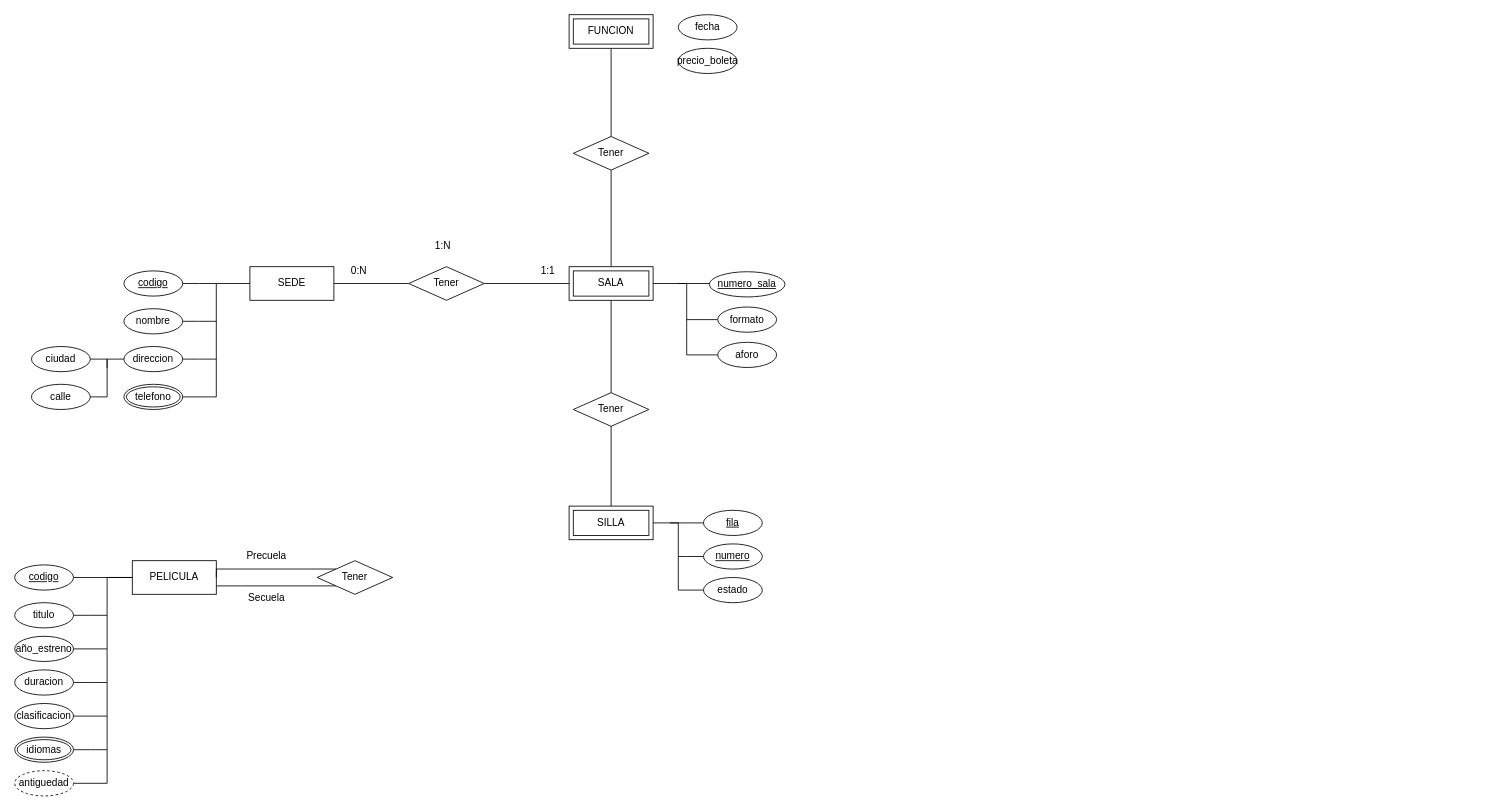
Earlier version of the draw.io diagram Modelado/Parcial_Nocturna_DB1.drawio (jcabarcasr/Investigaciones-DB1-DB2). Source tidied: cells renumbered, new cells numbered last; positions are measured from the earlier drawing's top-left corner, leaving out a move shared by most shapes. Both pictures are drawn from the tidied source at 84%, with x=0, y=0 at pixel (14, 14).
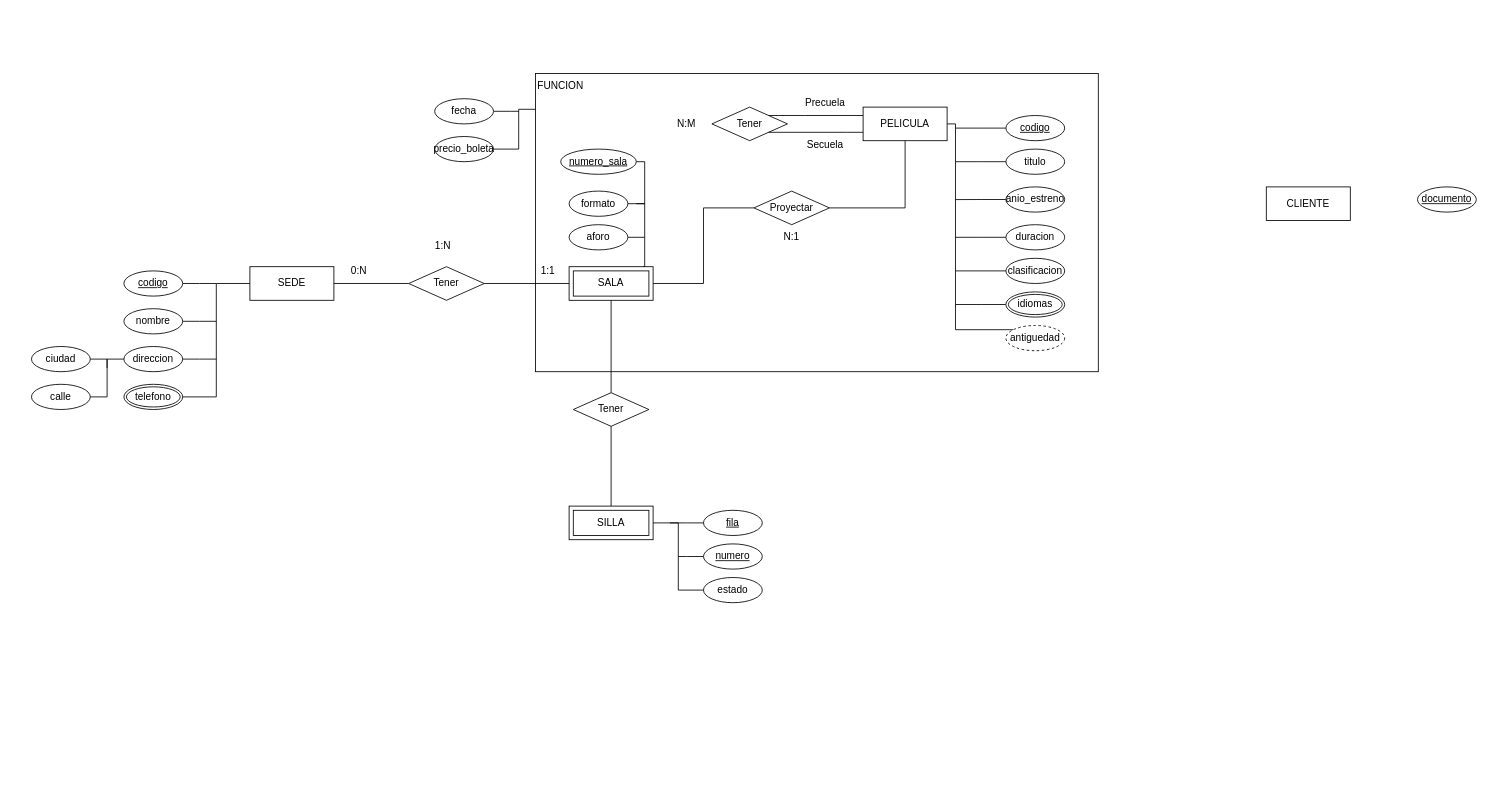
The same page after the edit.

The change refers to these unchanged cells:
```xml
<mxCell id="17" value="SALA" style="shape=ext;margin=3;double=1;whiteSpace=wrap;html=1;align=center;" parent="1" vertex="1">
  <mxGeometry x="660" y="300" width="100" height="40" as="geometry" />
</mxCell>
```

The edit, as a diff of the source:
```diff
@@
+    <mxCell id="64" style="whiteSpace=wrap;html=1;align=center;" parent="1" vertex="1">
+      <mxGeometry x="620" y="70" width="670" height="355" as="geometry" />
+    </mxCell>
@@
-    <mxCell id="16" style="edgeStyle=orthogonalEdgeStyle;rounded=0;jettySize=auto;html=1;entryX=0.5;entryY=1;entryDx=0;entryDy=0;endArrow=none;endFill=0;" parent="1" edge="1" source="17" target="55">
-      <mxGeometry relative="1" as="geometry" />
-    </mxCell>
+    <mxCell id="65" style="edgeStyle=orthogonalEdgeStyle;rounded=0;jettySize=auto;html=1;entryX=0;entryY=0.5;entryDx=0;entryDy=0;fontFamily=Helvetica;fontSize=12;fontColor=default;endArrow=none;endFill=0;" parent="1" edge="1" source="17" target="74">
+      <mxGeometry relative="1" as="geometry" />
+    </mxCell>
@@
-    <mxCell id="18" style="edgeStyle=orthogonalEdgeStyle;rounded=0;orthogonalLoop=1;jettySize=auto;html=1;endArrow=none;endFill=0;" parent="1" edge="1">
-      <mxGeometry relative="1" as="geometry">
-        <mxPoint x="827" y="320" as="sourcePoint" />
-        <mxPoint x="790" y="320" as="targetPoint" />
-      </mxGeometry>
-    </mxCell>
-    <mxCell id="19" style="edgeStyle=orthogonalEdgeStyle;rounded=0;jettySize=auto;html=1;endArrow=none;endFill=0;" parent="1" edge="1" source="20">
-      <mxGeometry relative="1" as="geometry">
-        <mxPoint x="800" y="363" as="targetPoint" />
-      </mxGeometry>
-    </mxCell>
+    <mxCell id="66" style="edgeStyle=orthogonalEdgeStyle;rounded=0;jettySize=auto;html=1;fontFamily=Helvetica;fontSize=12;fontColor=default;endArrow=none;endFill=0;" parent="1" edge="1" source="20">
+      <mxGeometry relative="1" as="geometry">
+        <mxPoint x="740" y="225" as="targetPoint" />
+      </mxGeometry>
+    </mxCell>
     <mxCell id="20" value="formato" style="ellipse;whiteSpace=wrap;html=1;align=center;" parent="1" vertex="1">
-      <mxGeometry x="837" y="348" width="70" height="30" as="geometry" />
+      <mxGeometry x="660" y="210" width="70" height="30" as="geometry" />
     </mxCell>
-    <mxCell id="21" style="edgeStyle=orthogonalEdgeStyle;rounded=0;jettySize=auto;html=1;entryX=1;entryY=0.5;entryDx=0;entryDy=0;endArrow=none;endFill=0;" parent="1" edge="1" source="22" target="17">
-      <mxGeometry relative="1" as="geometry">
-        <Array as="points">
-          <mxPoint x="800" y="405" />
-          <mxPoint x="800" y="320" />
-        </Array>
-      </mxGeometry>
-    </mxCell>
+    <mxCell id="67" style="edgeStyle=orthogonalEdgeStyle;rounded=0;jettySize=auto;html=1;fontFamily=Helvetica;fontSize=12;fontColor=default;endArrow=none;endFill=0;" parent="1" edge="1" source="22">
+      <mxGeometry relative="1" as="geometry">
+        <mxPoint x="750" y="265" as="targetPoint" />
+      </mxGeometry>
+    </mxCell>
     <mxCell id="22" value="aforo" style="ellipse;whiteSpace=wrap;html=1;align=center;" parent="1" vertex="1">
-      <mxGeometry x="837" y="390" width="70" height="30" as="geometry" />
+      <mxGeometry x="660" y="250" width="70" height="30" as="geometry" />
     </mxCell>
@@
-    <mxCell id="38" style="edgeStyle=orthogonalEdgeStyle;rounded=0;jettySize=auto;html=1;entryX=0;entryY=1;entryDx=0;entryDy=0;endArrow=none;endFill=0;" parent="1" edge="1" source="39" target="59">
-      <mxGeometry relative="1" as="geometry">
-        <Array as="points">
-          <mxPoint x="270" y="680" />
-          <mxPoint x="270" y="680" />
-        </Array>
-      </mxGeometry>
-    </mxCell>
+    <mxCell id="50" value="numero_sala" style="ellipse;whiteSpace=wrap;html=1;align=center;fontStyle=20;" parent="1" vertex="1">
+      <mxGeometry x="650" y="160" width="90" height="30" as="geometry" />
+    </mxCell>
+    <mxCell id="68" style="edgeStyle=orthogonalEdgeStyle;rounded=0;jettySize=auto;html=1;fontFamily=Helvetica;fontSize=12;fontColor=default;endArrow=none;endFill=0;" parent="1" edge="1" source="62">
+      <mxGeometry relative="1" as="geometry">
+        <mxPoint x="600" y="115" as="targetPoint" />
+      </mxGeometry>
+    </mxCell>
+    <mxCell id="62" value="fecha" style="ellipse;whiteSpace=wrap;html=1;align=center;" parent="1" vertex="1">
+      <mxGeometry x="500" y="100" width="70" height="30" as="geometry" />
+    </mxCell>
+    <mxCell id="63" value="precio_boleta" style="ellipse;whiteSpace=wrap;html=1;align=center;" parent="1" vertex="1">
+      <mxGeometry x="500" y="145" width="70" height="30" as="geometry" />
+    </mxCell>
+    <mxCell id="69" style="edgeStyle=orthogonalEdgeStyle;rounded=0;jettySize=auto;html=1;entryX=0.886;entryY=-0.005;entryDx=0;entryDy=0;entryPerimeter=0;fontFamily=Helvetica;fontSize=12;fontColor=default;endArrow=none;endFill=0;" parent="1" edge="1" source="50" target="17">
+      <mxGeometry relative="1" as="geometry">
+        <Array as="points">
+          <mxPoint x="750" y="175" />
+          <mxPoint x="750" y="299.8" />
+        </Array>
+      </mxGeometry>
+    </mxCell>
+    <mxCell id="70" style="edgeStyle=orthogonalEdgeStyle;rounded=0;jettySize=auto;html=1;fontFamily=Helvetica;fontSize=12;fontColor=default;endArrow=none;endFill=0;" parent="1" edge="1" source="59">
+      <mxGeometry relative="1" as="geometry">
+        <mxPoint x="1010" y="120" as="targetPoint" />
+        <Array as="points">
+          <mxPoint x="940" y="120" />
+          <mxPoint x="940" y="120" />
+        </Array>
+      </mxGeometry>
+    </mxCell>
+    <mxCell id="59" value="Tener" style="shape=rhombus;perimeter=rhombusPerimeter;whiteSpace=wrap;html=1;align=center;" parent="1" vertex="1">
+      <mxGeometry x="830" y="110" width="90" height="40" as="geometry" />
+    </mxCell>
+    <mxCell id="60" value="Precuela" style="text;html=1;whiteSpace=wrap;strokeColor=none;fillColor=none;align=center;verticalAlign=middle;rounded=0;" parent="1" vertex="1">
+      <mxGeometry x="935" y="90" width="60" height="30" as="geometry" />
+    </mxCell>
+    <mxCell id="61" value="Secuela" style="text;html=1;whiteSpace=wrap;strokeColor=none;fillColor=none;align=center;verticalAlign=middle;rounded=0;" parent="1" vertex="1">
+      <mxGeometry x="935" y="140" width="60" height="30" as="geometry" />
+    </mxCell>
+    <mxCell id="71" style="group;" parent="1" vertex="1">
+      <mxGeometry x="1010" y="110" width="240" height="290" as="geometry" />
+    </mxCell>
-    <mxCell id="39" value="PELICULA" style="whiteSpace=wrap;html=1;align=center;" parent="1" vertex="1">
-      <mxGeometry x="140" y="650" width="100" height="40" as="geometry" />
+    <mxCell id="39" value="PELICULA" style="whiteSpace=wrap;html=1;align=center;" parent="71" vertex="1">
+      <mxGeometry width="100" height="40" as="geometry" />
     </mxCell>
-    <mxCell id="40" style="edgeStyle=orthogonalEdgeStyle;rounded=0;jettySize=auto;html=1;endArrow=none;endFill=0;entryX=0;entryY=0.5;entryDx=0;entryDy=0;" parent="1" edge="1" source="41" target="39">
-      <mxGeometry relative="1" as="geometry" />
-    </mxCell>
+    <mxCell id="72" style="edgeStyle=orthogonalEdgeStyle;rounded=0;jettySize=auto;html=1;fontFamily=Helvetica;fontSize=12;fontColor=default;endArrow=none;endFill=0;" parent="71" edge="1" source="41">
+      <mxGeometry relative="1" as="geometry">
+        <mxPoint x="110" y="25" as="targetPoint" />
+      </mxGeometry>
+    </mxCell>
-    <mxCell id="41" value="codigo" style="ellipse;whiteSpace=wrap;html=1;align=center;fontStyle=4;" parent="1" vertex="1">
-      <mxGeometry y="655" width="70" height="30" as="geometry" />
+    <mxCell id="41" value="codigo" style="ellipse;whiteSpace=wrap;html=1;align=center;fontStyle=4;" parent="71" vertex="1">
+      <mxGeometry x="170" y="10" width="70" height="30" as="geometry" />
     </mxCell>
-    <mxCell id="42" style="edgeStyle=orthogonalEdgeStyle;rounded=0;jettySize=auto;html=1;endArrow=none;endFill=0;" parent="1" edge="1" source="43">
+    <mxCell id="42" style="edgeStyle=orthogonalEdgeStyle;rounded=0;jettySize=auto;html=1;endArrow=none;endFill=0;" parent="71" edge="1" source="43">
       <mxGeometry relative="1" as="geometry">
-        <mxPoint x="110" y="715" as="targetPoint" />
+        <mxPoint x="110" y="65" as="targetPoint" />
       </mxGeometry>
     </mxCell>
-    <mxCell id="43" value="titulo" style="ellipse;whiteSpace=wrap;html=1;align=center;" parent="1" vertex="1">
-      <mxGeometry y="700" width="70" height="30" as="geometry" />
+    <mxCell id="43" value="titulo" style="ellipse;whiteSpace=wrap;html=1;align=center;" parent="71" vertex="1">
+      <mxGeometry x="170" y="50" width="70" height="30" as="geometry" />
     </mxCell>
-    <mxCell id="44" style="edgeStyle=orthogonalEdgeStyle;rounded=0;jettySize=auto;html=1;endArrow=none;endFill=0;" parent="1" edge="1" source="45">
+    <mxCell id="44" style="edgeStyle=orthogonalEdgeStyle;rounded=0;jettySize=auto;html=1;endArrow=none;endFill=0;" parent="71" edge="1" source="45">
       <mxGeometry relative="1" as="geometry">
-        <mxPoint x="110" y="755" as="targetPoint" />
+        <mxPoint x="110" y="110.1" as="targetPoint" />
       </mxGeometry>
     </mxCell>
-    <mxCell id="45" value="año_estreno" style="ellipse;whiteSpace=wrap;html=1;align=center;" parent="1" vertex="1">
-      <mxGeometry y="740" width="70" height="30" as="geometry" />
+    <mxCell id="45" value="anio_estreno" style="ellipse;whiteSpace=wrap;html=1;align=center;" parent="71" vertex="1">
+      <mxGeometry x="170" y="95" width="70" height="30" as="geometry" />
     </mxCell>
-    <mxCell id="46" style="edgeStyle=orthogonalEdgeStyle;rounded=0;jettySize=auto;html=1;endArrow=none;endFill=0;" parent="1" edge="1" source="47">
+    <mxCell id="46" style="edgeStyle=orthogonalEdgeStyle;rounded=0;jettySize=auto;html=1;endArrow=none;endFill=0;" parent="71" edge="1" source="47">
       <mxGeometry relative="1" as="geometry">
-        <mxPoint x="110" y="795" as="targetPoint" />
+        <mxPoint x="110" y="155" as="targetPoint" />
       </mxGeometry>
     </mxCell>
-    <mxCell id="47" value="duracion" style="ellipse;whiteSpace=wrap;html=1;align=center;" parent="1" vertex="1">
-      <mxGeometry y="780" width="70" height="30" as="geometry" />
+    <mxCell id="47" value="duracion" style="ellipse;whiteSpace=wrap;html=1;align=center;" parent="71" vertex="1">
+      <mxGeometry x="170" y="140" width="70" height="30" as="geometry" />
     </mxCell>
-    <mxCell id="48" style="edgeStyle=orthogonalEdgeStyle;rounded=0;jettySize=auto;html=1;endArrow=none;endFill=0;" parent="1" edge="1" source="49">
+    <mxCell id="48" style="edgeStyle=orthogonalEdgeStyle;rounded=0;jettySize=auto;html=1;endArrow=none;endFill=0;" parent="71" edge="1" source="49">
       <mxGeometry relative="1" as="geometry">
-        <mxPoint x="110" y="835" as="targetPoint" />
+        <mxPoint x="110" y="195" as="targetPoint" />
       </mxGeometry>
     </mxCell>
-    <mxCell id="49" value="clasificacion" style="ellipse;whiteSpace=wrap;html=1;align=center;" parent="1" vertex="1">
-      <mxGeometry y="820" width="70" height="30" as="geometry" />
+    <mxCell id="49" value="clasificacion" style="ellipse;whiteSpace=wrap;html=1;align=center;" parent="71" vertex="1">
+      <mxGeometry x="170" y="180" width="70" height="30" as="geometry" />
     </mxCell>
-    <mxCell id="50" value="numero_sala" style="ellipse;whiteSpace=wrap;html=1;align=center;fontStyle=20;" parent="1" vertex="1">
-      <mxGeometry x="827" y="306" width="90" height="30" as="geometry" />
-    </mxCell>
-    <mxCell id="51" style="edgeStyle=orthogonalEdgeStyle;rounded=0;jettySize=auto;html=1;endArrow=none;endFill=0;" parent="1" edge="1" source="52">
+    <mxCell id="51" style="edgeStyle=orthogonalEdgeStyle;rounded=0;jettySize=auto;html=1;endArrow=none;endFill=0;" parent="71" edge="1" source="52">
       <mxGeometry relative="1" as="geometry">
-        <mxPoint x="110" y="875" as="targetPoint" />
+        <mxPoint x="110" y="235" as="targetPoint" />
       </mxGeometry>
     </mxCell>
-    <mxCell id="52" value="idiomas" style="ellipse;shape=doubleEllipse;margin=3;whiteSpace=wrap;html=1;align=center;" parent="1" vertex="1">
-      <mxGeometry y="860" width="70" height="30" as="geometry" />
+    <mxCell id="52" value="idiomas" style="ellipse;shape=doubleEllipse;margin=3;whiteSpace=wrap;html=1;align=center;" parent="71" vertex="1">
+      <mxGeometry x="170" y="220" width="70" height="30" as="geometry" />
     </mxCell>
-    <mxCell id="53" style="edgeStyle=orthogonalEdgeStyle;rounded=0;jettySize=auto;html=1;entryX=0;entryY=0.5;entryDx=0;entryDy=0;endArrow=none;endFill=0;" parent="1" edge="1" source="54" target="39">
+    <mxCell id="53" style="edgeStyle=orthogonalEdgeStyle;rounded=0;jettySize=auto;html=1;entryX=1;entryY=0.5;entryDx=0;entryDy=0;endArrow=none;endFill=0;" parent="71" edge="1" source="54" target="39">
       <mxGeometry relative="1" as="geometry">
         <Array as="points">
-          <mxPoint x="110" y="915" />
-          <mxPoint x="110" y="670" />
+          <mxPoint x="110" y="265" />
+          <mxPoint x="110" y="20.1" />
         </Array>
       </mxGeometry>
     </mxCell>
-    <mxCell id="54" value="antiguedad" style="ellipse;whiteSpace=wrap;html=1;align=center;dashed=1;" parent="1" vertex="1">
-      <mxGeometry y="900" width="70" height="30" as="geometry" />
+    <mxCell id="54" value="antiguedad" style="ellipse;whiteSpace=wrap;html=1;align=center;dashed=1;" parent="71" vertex="1">
+      <mxGeometry x="170" y="260" width="70" height="30" as="geometry" />
     </mxCell>
-    <mxCell id="55" value="Tener" style="shape=rhombus;perimeter=rhombusPerimeter;whiteSpace=wrap;html=1;align=center;" parent="1" vertex="1">
-      <mxGeometry x="665" y="145" width="90" height="40" as="geometry" />
-    </mxCell>
-    <mxCell id="56" style="edgeStyle=orthogonalEdgeStyle;rounded=0;jettySize=auto;html=1;entryX=0.5;entryY=0;entryDx=0;entryDy=0;endArrow=none;endFill=0;" parent="1" edge="1" source="57" target="55">
-      <mxGeometry relative="1" as="geometry" />
-    </mxCell>
+    <mxCell id="73" style="edgeStyle=orthogonalEdgeStyle;rounded=0;jettySize=auto;html=1;entryX=0.5;entryY=1;entryDx=0;entryDy=0;fontFamily=Helvetica;fontSize=12;fontColor=default;endArrow=none;endFill=0;" parent="1" edge="1" source="74" target="39">
+      <mxGeometry relative="1" as="geometry" />
+    </mxCell>
+    <mxCell id="74" value="Proyectar" style="shape=rhombus;perimeter=rhombusPerimeter;whiteSpace=wrap;html=1;align=center;" parent="1" vertex="1">
+      <mxGeometry x="880" y="210" width="90" height="40" as="geometry" />
+    </mxCell>
-    <mxCell id="57" value="FUNCION" style="shape=ext;margin=3;double=1;whiteSpace=wrap;html=1;align=center;" parent="1" vertex="1">
-      <mxGeometry x="660" width="100" height="40" as="geometry" />
+    <mxCell id="57" value="FUNCION" style="text;html=1;whiteSpace=wrap;strokeColor=none;fillColor=none;align=center;verticalAlign=middle;rounded=0;" parent="1" vertex="1">
+      <mxGeometry x="620" y="70" width="60" height="30" as="geometry" />
     </mxCell>
-    <mxCell id="58" style="edgeStyle=orthogonalEdgeStyle;rounded=0;jettySize=auto;html=1;entryX=1;entryY=0.5;entryDx=0;entryDy=0;endArrow=none;endFill=0;" parent="1" edge="1" source="59" target="39">
-      <mxGeometry relative="1" as="geometry">
-        <Array as="points">
-          <mxPoint x="240.1" y="659.9" />
-        </Array>
-      </mxGeometry>
-    </mxCell>
-    <mxCell id="59" value="Tener" style="shape=rhombus;perimeter=rhombusPerimeter;whiteSpace=wrap;html=1;align=center;" parent="1" vertex="1">
-      <mxGeometry x="360" y="650" width="90" height="40" as="geometry" />
-    </mxCell>
-    <mxCell id="60" value="Precuela" style="text;html=1;whiteSpace=wrap;strokeColor=none;fillColor=none;align=center;verticalAlign=middle;rounded=0;" parent="1" vertex="1">
-      <mxGeometry x="270" y="630" width="60" height="30" as="geometry" />
-    </mxCell>
-    <mxCell id="61" value="Secuela" style="text;html=1;whiteSpace=wrap;strokeColor=none;fillColor=none;align=center;verticalAlign=middle;rounded=0;" parent="1" vertex="1">
-      <mxGeometry x="270" y="680" width="60" height="30" as="geometry" />
-    </mxCell>
-    <mxCell id="62" value="fecha" style="ellipse;whiteSpace=wrap;html=1;align=center;" parent="1" vertex="1">
-      <mxGeometry x="790" width="70" height="30" as="geometry" />
-    </mxCell>
-    <mxCell id="63" value="precio_boleta" style="ellipse;whiteSpace=wrap;html=1;align=center;" parent="1" vertex="1">
-      <mxGeometry x="790" y="40" width="70" height="30" as="geometry" />
-    </mxCell>
+    <mxCell id="38" style="edgeStyle=orthogonalEdgeStyle;rounded=0;jettySize=auto;html=1;entryX=1;entryY=1;entryDx=0;entryDy=0;fontFamily=Helvetica;fontSize=12;fontColor=default;endArrow=none;endFill=0;" parent="1" edge="1" source="39" target="59">
+      <mxGeometry relative="1" as="geometry">
+        <Array as="points">
+          <mxPoint x="990" y="140" />
+          <mxPoint x="990" y="140" />
+        </Array>
+      </mxGeometry>
+    </mxCell>
+    <mxCell id="75" value="N:M" style="text;html=1;whiteSpace=wrap;strokeColor=none;fillColor=none;align=center;verticalAlign=middle;rounded=0;" parent="1" vertex="1">
+      <mxGeometry x="770" y="115" width="60" height="30" as="geometry" />
+    </mxCell>
+    <mxCell id="76" value="N:1" style="text;html=1;whiteSpace=wrap;strokeColor=none;fillColor=none;align=center;verticalAlign=middle;rounded=0;" parent="1" vertex="1">
+      <mxGeometry x="895" y="250" width="60" height="30" as="geometry" />
+    </mxCell>
+    <mxCell id="77" style="edgeStyle=orthogonalEdgeStyle;rounded=0;jettySize=auto;html=1;entryX=0;entryY=0.12;entryDx=0;entryDy=0;entryPerimeter=0;fontFamily=Helvetica;fontSize=12;fontColor=default;endArrow=none;endFill=0;" parent="1" edge="1" source="63" target="64">
+      <mxGeometry relative="1" as="geometry">
+        <Array as="points">
+          <mxPoint x="600" y="160" />
+          <mxPoint x="600" y="112.6" />
+        </Array>
+      </mxGeometry>
+    </mxCell>
+    <mxCell id="78" value="CLIENTE" style="whiteSpace=wrap;html=1;align=center;" parent="1" vertex="1">
+      <mxGeometry x="1490" y="205" width="100" height="40" as="geometry" />
+    </mxCell>
+    <mxCell id="79" value="documento" style="ellipse;whiteSpace=wrap;html=1;align=center;fontStyle=4;" parent="1" vertex="1">
+      <mxGeometry x="1670" y="205" width="70" height="30" as="geometry" />
+    </mxCell>
```
